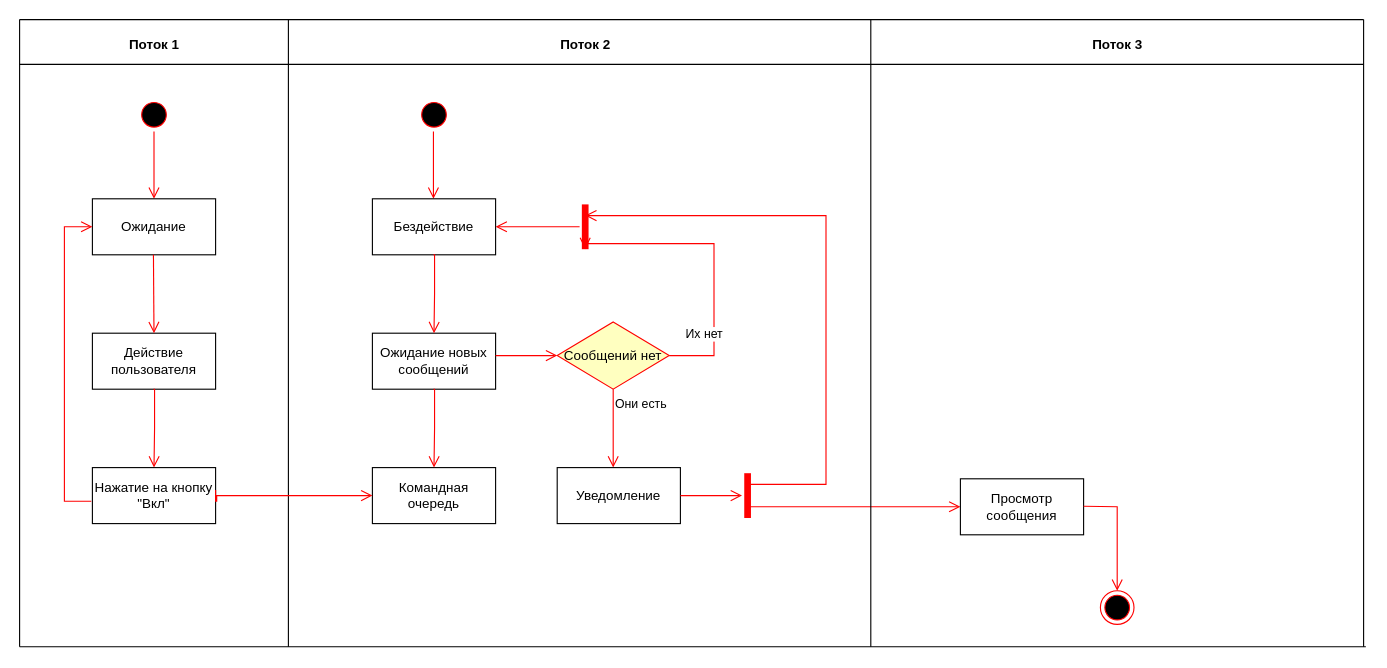
The draw.io diagram Activity Diagram.drawio in fpmi-tp2023/labrabota4gr14a-artyomshpakovski, before the edit. Source tidied: cells renumbered, new cells numbered last; positions are measured from the earlier drawing's top-left corner, leaving out a move shared by most shapes. Both pictures are drawn from the tidied source at 112%, with x=0, y=0 at pixel (19, 19).
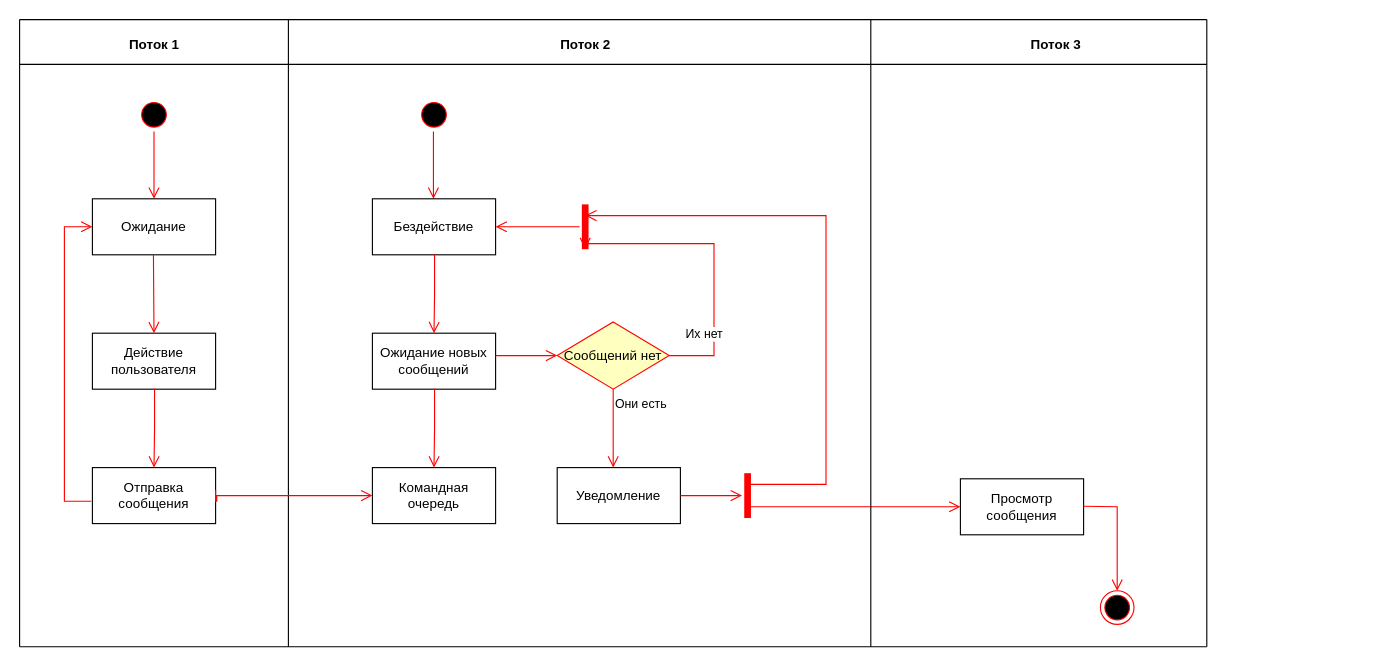
The same diagram, later.

The edit, as a diff of the source:
```diff
@@
     <mxCell id="2" style="endArrow=none;html=1;rounded=0;" parent="1" edge="1">
       <mxGeometry relative="1" as="geometry">
         <mxPoint as="sourcePoint" />
-        <mxPoint x="1200" as="targetPoint" />
+        <mxPoint x="1060" as="targetPoint" />
       </mxGeometry>
     </mxCell>
@@
     <mxCell id="4" style="endArrow=none;html=1;rounded=0;" parent="1" edge="1">
       <mxGeometry relative="1" as="geometry">
         <mxPoint y="40" as="sourcePoint" />
-        <mxPoint x="1200" y="40" as="targetPoint" />
+        <mxPoint x="1060" y="40" as="targetPoint" />
       </mxGeometry>
     </mxCell>
@@
-    <mxCell id="12" value="Нажатие на кнопку &quot;Вкл&quot;" style="html=1;whiteSpace=wrap;" parent="1" vertex="1">
+    <mxCell id="12" value="Отправка сообщения" style="html=1;whiteSpace=wrap;" parent="1" vertex="1">
       <mxGeometry x="65" y="400" width="110" height="50" as="geometry" />
     </mxCell>
@@
     <mxCell id="36" style="endArrow=none;html=1;rounded=0;" parent="1" edge="1">
       <mxGeometry relative="1" as="geometry">
-        <mxPoint x="1200" y="560" as="sourcePoint" />
-        <mxPoint x="1200" as="targetPoint" />
+        <mxPoint x="1060" y="560" as="sourcePoint" />
+        <mxPoint x="1060" as="targetPoint" />
       </mxGeometry>
     </mxCell>
@@
     <mxCell id="38" style="endArrow=none;html=1;rounded=0;" parent="1" edge="1">
       <mxGeometry relative="1" as="geometry">
         <mxPoint y="560" as="sourcePoint" />
-        <mxPoint x="1202" y="560" as="targetPoint" />
+        <mxPoint x="1060" y="560" as="targetPoint" />
       </mxGeometry>
     </mxCell>
     <mxCell id="39" value="&lt;div&gt;Поток 3&lt;/div&gt;" style="text;align=center;fontStyle=1;verticalAlign=middle;spacingLeft=3;spacingRight=3;strokeColor=none;html=1;" parent="1" vertex="1">
-      <mxGeometry x="940" y="10" width="80" height="26" as="geometry" />
+      <mxGeometry x="885" y="10" width="80" height="26" as="geometry" />
     </mxCell>
```
